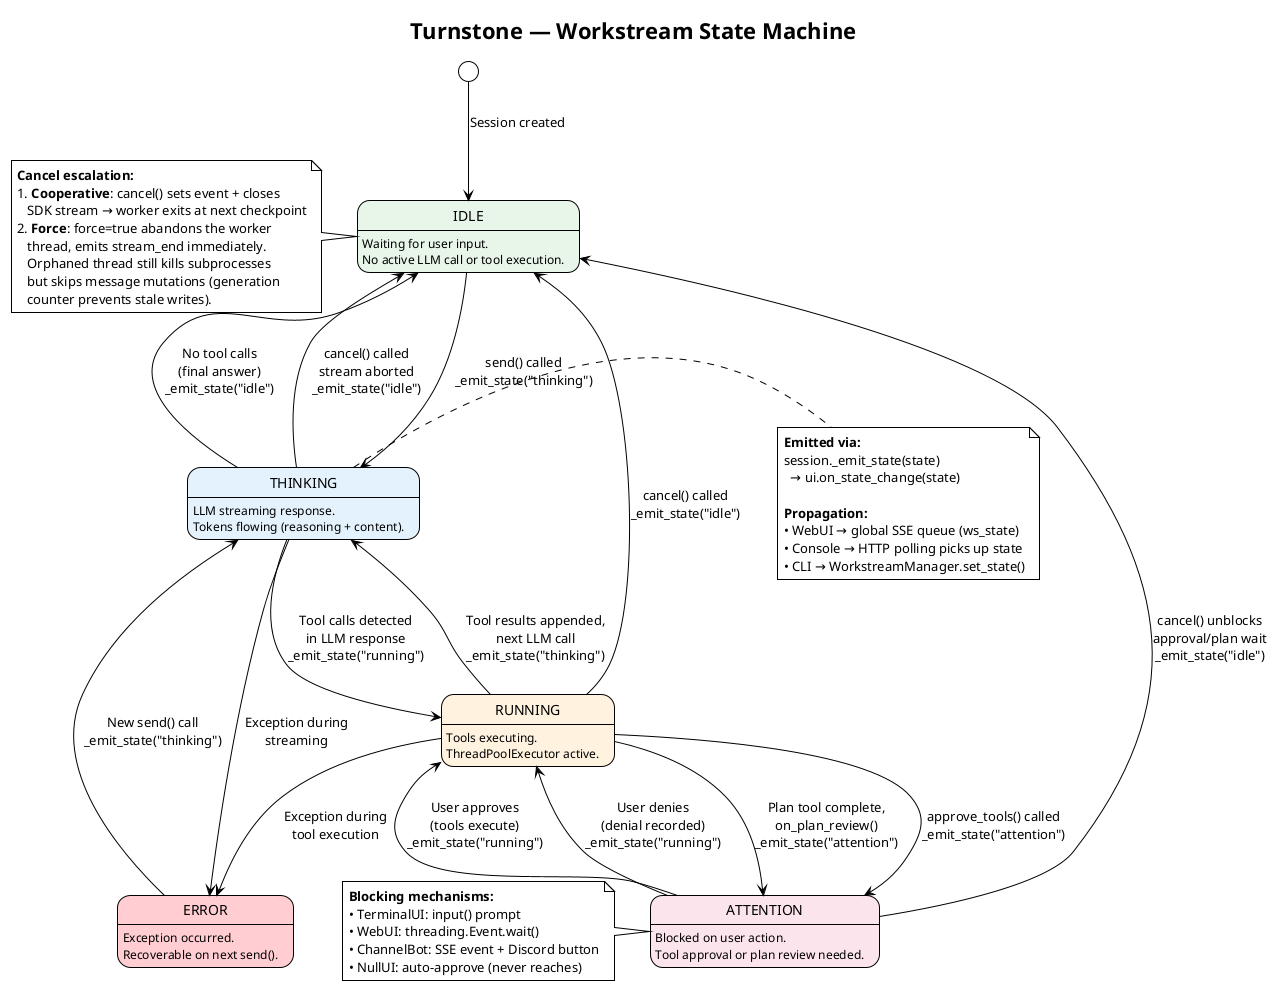
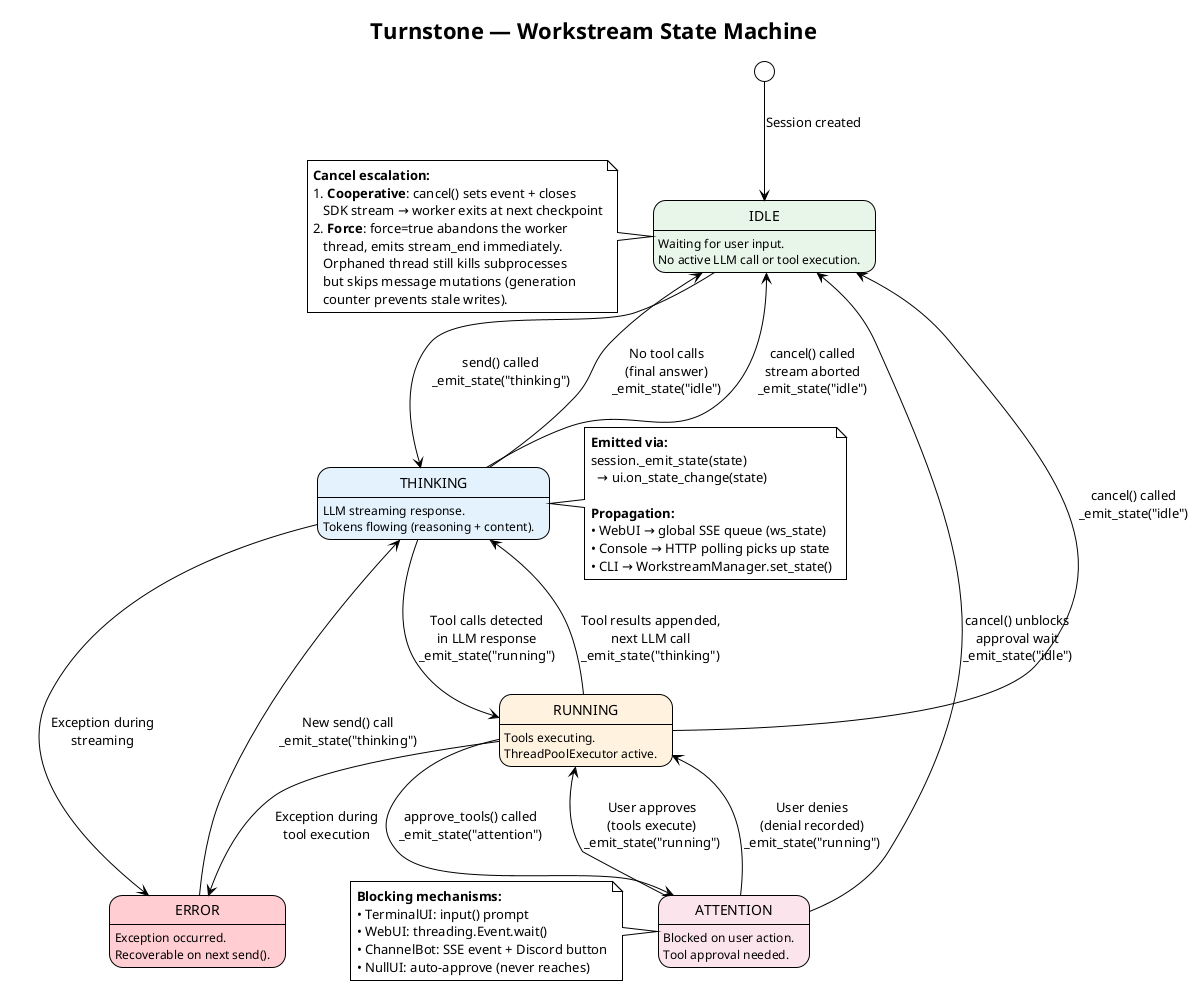
@startuml
!theme plain
title Turnstone — Workstream State Machine

skinparam state {
    BackgroundColor<<idle>> #E8F5E9
    BackgroundColor<<thinking>> #E3F2FD
    BackgroundColor<<running>> #FFF3E0
    BackgroundColor<<attention>> #FCE4EC
    BackgroundColor<<error>> #FFCDD2
}

state "IDLE" as idle <<idle>> : Waiting for user input.\nNo active LLM call or tool execution.
state "THINKING" as thinking <<thinking>> : LLM streaming response.\nTokens flowing (reasoning + content).
state "RUNNING" as running <<running>> : Tools executing.\nThreadPoolExecutor active.
- state "ATTENTION" as attention <<attention>> : Blocked on user action.\nTool approval or plan review needed.
+ state "ATTENTION" as attention <<attention>> : Blocked on user action.\nTool approval needed.
state "ERROR" as error <<error>> : Exception occurred.\nRecoverable on next send().

[*] --> idle : Session created

idle --> thinking : send() called\n_emit_state("thinking")

thinking --> running : Tool calls detected\nin LLM response\n_emit_state("running")

thinking --> idle : No tool calls\n(final answer)\n_emit_state("idle")

thinking --> error : Exception during\nstreaming

running --> attention : approve_tools() called\n_emit_state("attention")

attention --> running : User approves\n(tools execute)\n_emit_state("running")

attention --> running : User denies\n(denial recorded)\n_emit_state("running")

running --> thinking : Tool results appended,\nnext LLM call\n_emit_state("thinking")

- running --> attention : Plan tool complete,\non_plan_review()\n_emit_state("attention")
- 
running --> error : Exception during\ntool execution

error --> thinking : New send() call\n_emit_state("thinking")

thinking --> idle : cancel() called\nstream aborted\n_emit_state("idle")

running --> idle : cancel() called\n_emit_state("idle")

- attention --> idle : cancel() unblocks\napproval/plan wait\n_emit_state("idle")
+ attention --> idle : cancel() unblocks\napproval wait\n_emit_state("idle")

note left of idle
  **Cancel escalation:**
  1. **Cooperative**: cancel() sets event + closes
     SDK stream → worker exits at next checkpoint
  2. **Force**: force=true abandons the worker
     thread, emits stream_end immediately.
     Orphaned thread still kills subprocesses
     but skips message mutations (generation
     counter prevents stale writes).
end note

note right of thinking
  **Emitted via:**
  session._emit_state(state)
    → ui.on_state_change(state)

  **Propagation:**
  • WebUI → global SSE queue (ws_state)
  • Console → HTTP polling picks up state
  • CLI → WorkstreamManager.set_state()
end note

note left of attention
  **Blocking mechanisms:**
  • TerminalUI: input() prompt
  • WebUI: threading.Event.wait()
  • ChannelBot: SSE event + Discord button
  • NullUI: auto-approve (never reaches)
end note

@enduml
